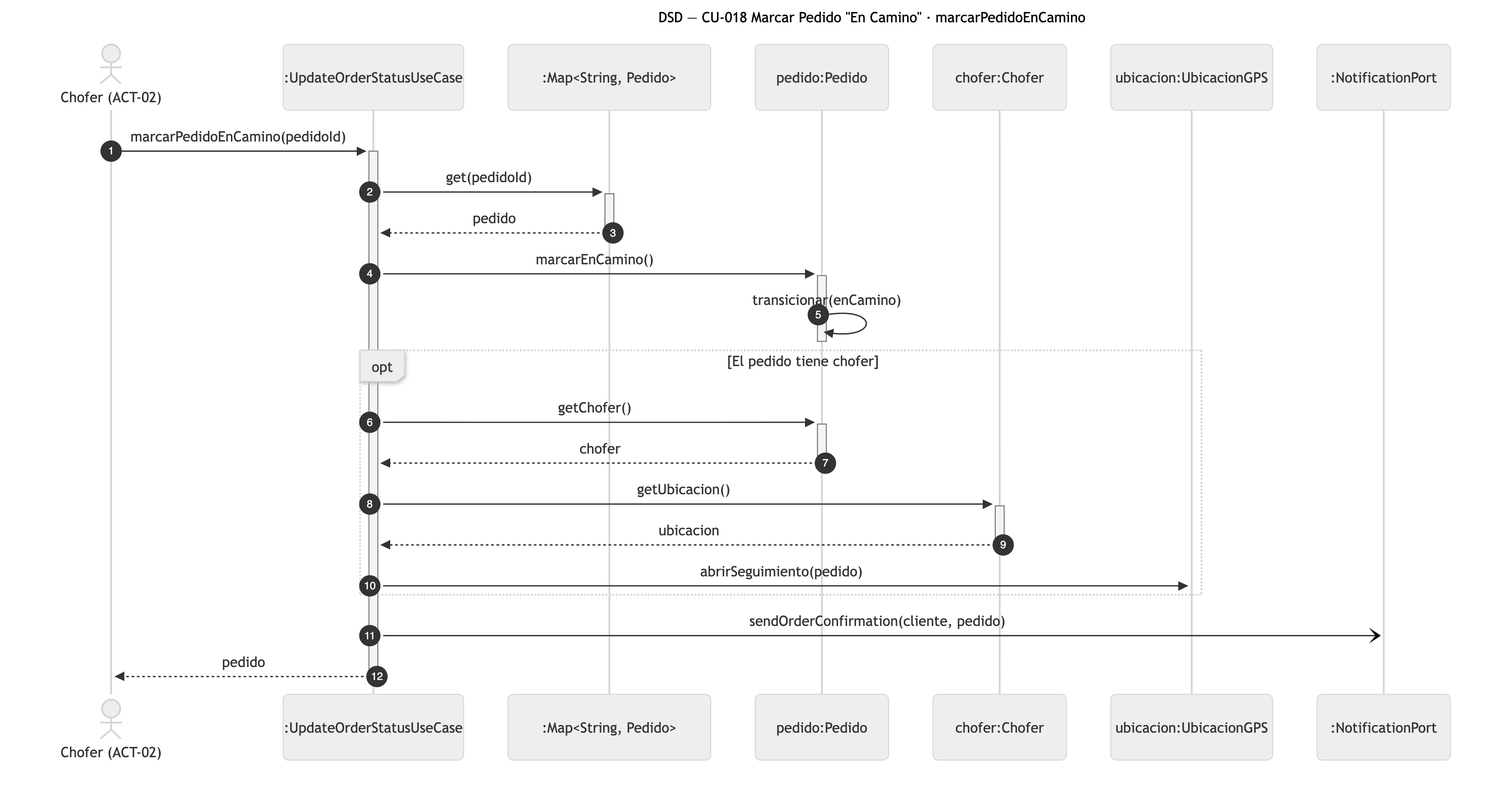
Before: diagramas/png/DSD_CU-018_marcarPedidoEnCamino.png, a diagram exported from Mermaid (Nahuelito-Dev/splg-docs). Its source is kept beside it as diagramas/DSD_CU-018_marcarPedidoEnCamino.mmd.
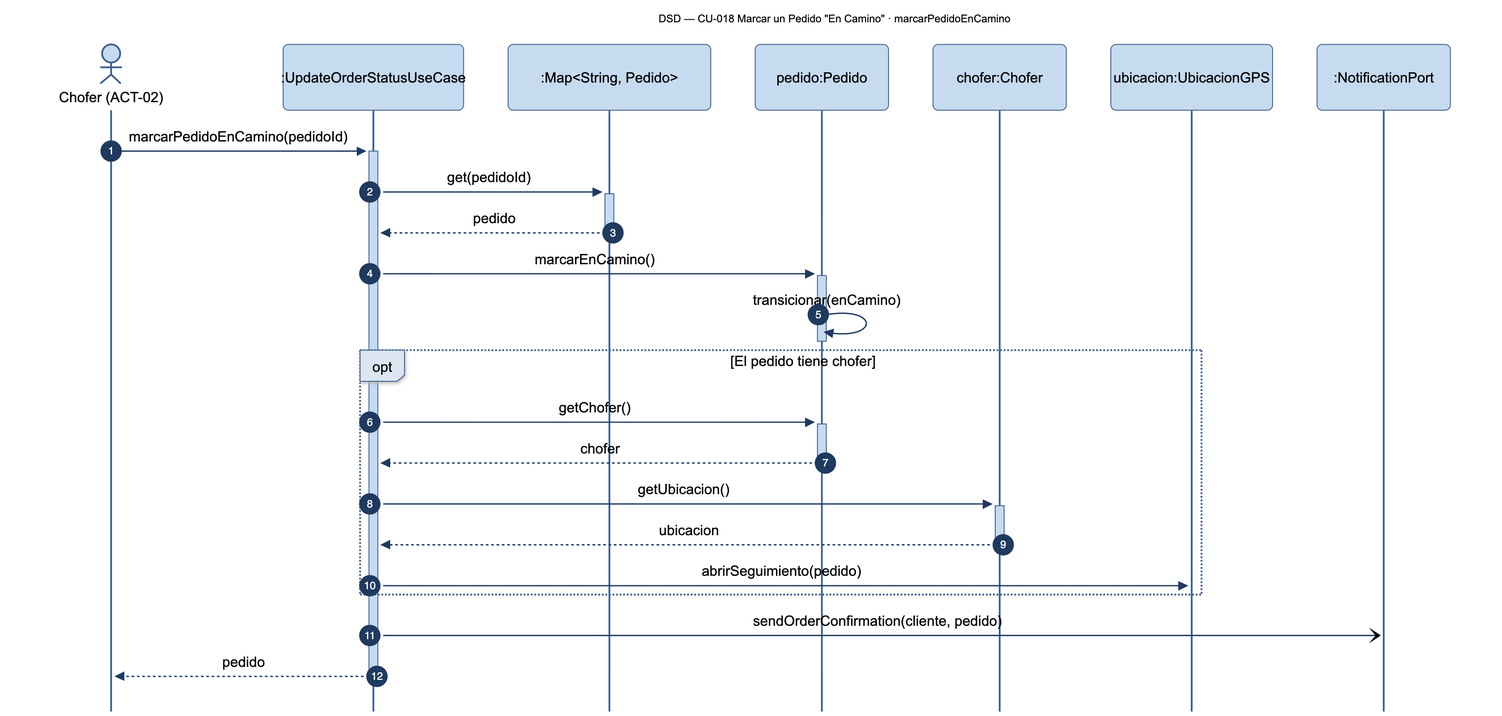
Above is the later version.

The edit, as a diff of the source:
```diff
@@ -1,5 +1,5 @@
 sequenceDiagram
-    title DSD — CU-018 Marcar Pedido "En Camino" · marcarPedidoEnCamino
+    title DSD — CU-018 Marcar un Pedido "En Camino" · marcarPedidoEnCamino
     autonumber
     actor CHF as Chofer (ACT-02)
     participant UCS as :UpdateOrderStatusUseCase
```
